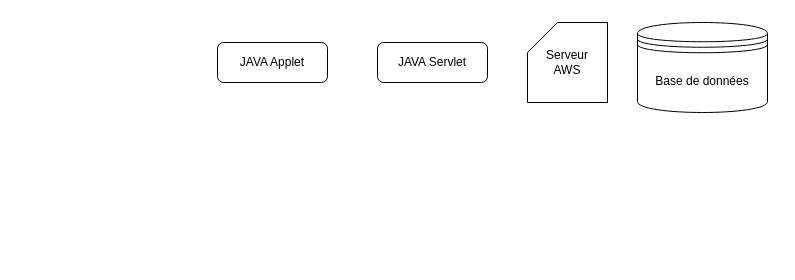
Earlier version of the draw.io diagram LAEDiagram.drawio (cjour/audit_logistics). Source tidied: cells renumbered, new cells numbered last; positions are measured from the earlier drawing's top-left corner, leaving out a move shared by most shapes. Both pictures are drawn from the tidied source at 100%, with x=0, y=0 at pixel (217, 22).
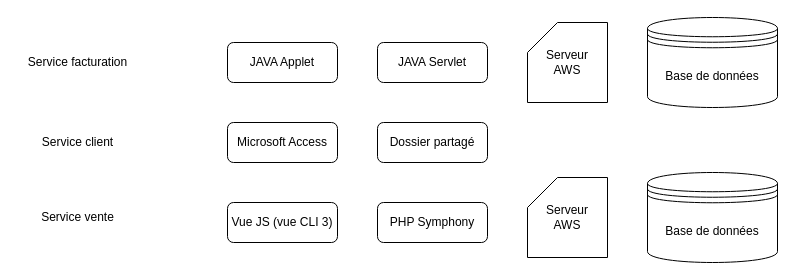
Above is the later version.

Commit message (it also covers changes not shown here):
Mettre à jour LAEDiagram.drawio

Change to the diagram source:
```diff
@@
 <mxGraphModel>
   <root>
     <mxCell id="0" />
     <mxCell id="1" parent="0" />
     <mxCell id="2" value="JAVA Applet" style="rounded=1;whiteSpace=wrap;html=1;" parent="1" vertex="1">
-      <mxGeometry y="20" width="110" height="40" as="geometry" />
+      <mxGeometry x="10" y="20" width="110" height="40" as="geometry" />
     </mxCell>
     <mxCell id="3" value="JAVA Servlet" style="rounded=1;whiteSpace=wrap;html=1;" parent="1" vertex="1">
       <mxGeometry x="160" y="20" width="110" height="40" as="geometry" />
     </mxCell>
     <mxCell id="4" value="Base de données" style="shape=datastore;whiteSpace=wrap;html=1;" parent="1" vertex="1">
-      <mxGeometry x="420" width="130" height="90" as="geometry" />
+      <mxGeometry x="430" y="-5" width="130" height="90" as="geometry" />
     </mxCell>
     <mxCell id="5" value="&lt;div&gt;Serveur &lt;br&gt;&lt;/div&gt;&lt;div&gt;AWS&lt;/div&gt;" style="shape=card;whiteSpace=wrap;html=1;" parent="1" vertex="1">
       <mxGeometry x="310" width="80" height="80" as="geometry" />
     </mxCell>
+    <mxCell id="6" value="Service facturation" style="text;html=1;align=center;verticalAlign=middle;strokeColor=none;fillColor=none;" parent="1" vertex="1">
+      <mxGeometry x="-200" y="25" width="120" height="30" as="geometry" />
+    </mxCell>
+    <mxCell id="7" value="Service client" style="text;html=1;align=center;verticalAlign=middle;strokeColor=none;fillColor=none;" parent="1" vertex="1">
+      <mxGeometry x="-190" y="105" width="100" height="30" as="geometry" />
+    </mxCell>
+    <mxCell id="8" value="Microsoft Access" style="rounded=1;whiteSpace=wrap;html=1;" parent="1" vertex="1">
+      <mxGeometry x="10" y="100" width="110" height="40" as="geometry" />
+    </mxCell>
+    <mxCell id="9" value="Dossier partagé" style="rounded=1;whiteSpace=wrap;html=1;" parent="1" vertex="1">
+      <mxGeometry x="160" y="100" width="110" height="40" as="geometry" />
+    </mxCell>
+    <mxCell id="10" value="Service vente" style="text;html=1;align=center;verticalAlign=middle;strokeColor=none;fillColor=none;" parent="1" vertex="1">
+      <mxGeometry x="-190" y="180" width="100" height="30" as="geometry" />
+    </mxCell>
+    <mxCell id="11" value="Vue JS (vue CLI 3)" style="rounded=1;whiteSpace=wrap;html=1;" parent="1" vertex="1">
+      <mxGeometry x="10" y="180" width="110" height="40" as="geometry" />
+    </mxCell>
+    <mxCell id="12" value="PHP Symphony" style="rounded=1;whiteSpace=wrap;html=1;" parent="1" vertex="1">
+      <mxGeometry x="160" y="180" width="110" height="40" as="geometry" />
+    </mxCell>
+    <mxCell id="13" value="&lt;div&gt;Serveur &lt;br&gt;&lt;/div&gt;&lt;div&gt;AWS&lt;/div&gt;" style="shape=card;whiteSpace=wrap;html=1;" parent="1" vertex="1">
+      <mxGeometry x="310" y="155" width="80" height="80" as="geometry" />
+    </mxCell>
+    <mxCell id="14" value="Base de données" style="shape=datastore;whiteSpace=wrap;html=1;" parent="1" vertex="1">
+      <mxGeometry x="430" y="150" width="130" height="90" as="geometry" />
+    </mxCell>
   </root>
 </mxGraphModel>
```
